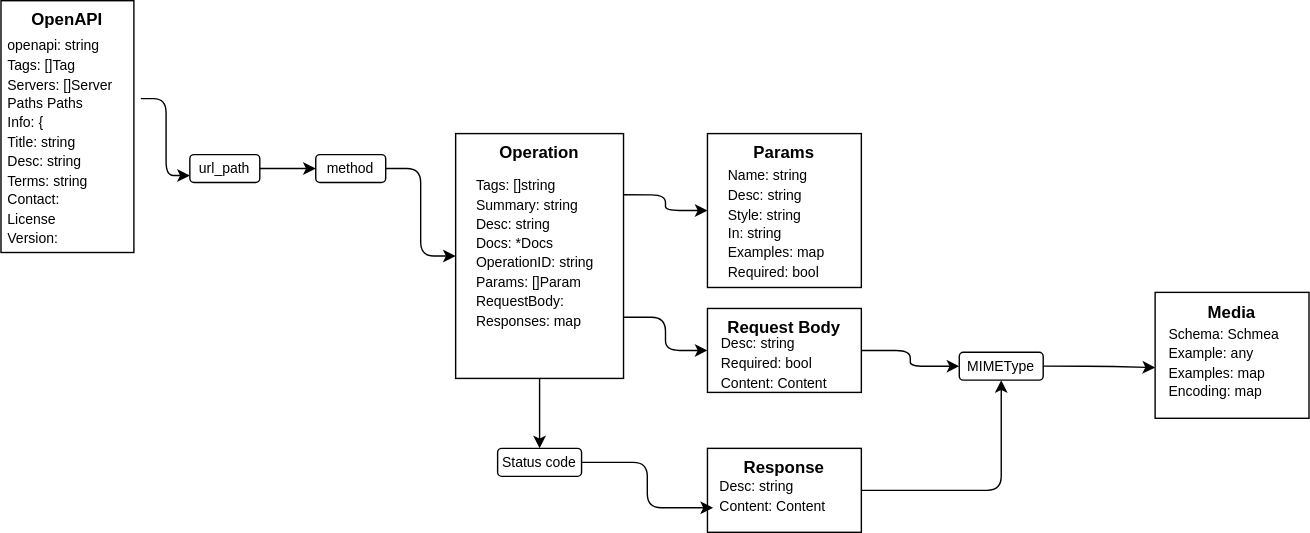
The draw.io diagram docs/chart.drawio.svg in hydronica/go-openapi, before a commit. Source tidied: cells renumbered, new cells last; positions are measured from the earlier drawing's top-left corner, leaving out a move shared by most shapes.
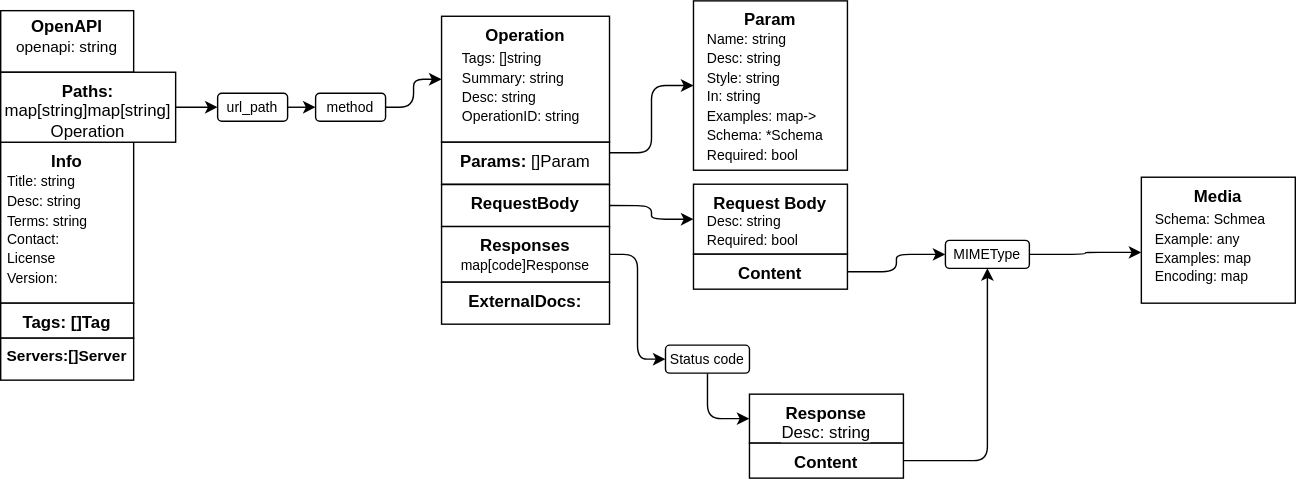
The same diagram one commit later.

Change to the diagram source:
```diff
@@ -2,88 +2,118 @@
   <root>
     <mxCell id="0" />
     <mxCell id="1" parent="0" />
-    <mxCell id="2" value="OpenAPI" style="rounded=0;whiteSpace=wrap;html=1;verticalAlign=top;fontStyle=1;" parent="1" vertex="1">
-      <mxGeometry width="95" height="180" as="geometry" />
+    <mxCell id="2" value="OpenAPI&lt;br&gt;&lt;span style=&quot;font-weight: normal;&quot;&gt;&lt;font style=&quot;font-size: 11px;&quot;&gt;openapi: string&lt;/font&gt;&lt;/span&gt;" style="rounded=0;verticalAlign=top;fontStyle=1;spacing=0;whiteSpace=wrap;fontColor=default;labelPosition=center;verticalLabelPosition=middle;align=center;html=1;" parent="1" vertex="1">
+      <mxGeometry y="-4" width="95" height="44" as="geometry" />
     </mxCell>
-    <mxCell id="3" style="edgeStyle=orthogonalEdgeStyle;html=1;exitX=0.5;exitY=1;exitDx=0;exitDy=0;entryX=0.5;entryY=0;entryDx=0;entryDy=0;fontSize=12;fontColor=#000000;" parent="1" edge="1" source="6" target="24">
-      <mxGeometry relative="1" as="geometry" />
-    </mxCell>
-    <mxCell id="4" style="edgeStyle=orthogonalEdgeStyle;html=1;exitX=1;exitY=0.25;exitDx=0;exitDy=0;fontSize=12;fontColor=#000000;" parent="1" edge="1" source="6" target="8">
+    <mxCell id="4" style="edgeStyle=orthogonalEdgeStyle;html=1;exitX=1;exitY=0.25;exitDx=0;exitDy=0;fontSize=12;fontColor=#000000;entryX=0;entryY=0.5;entryDx=0;entryDy=0;" parent="1" edge="1" source="37" target="8">
       <mxGeometry relative="1" as="geometry" />
     </mxCell>
-    <mxCell id="5" style="edgeStyle=orthogonalEdgeStyle;html=1;exitX=1;exitY=0.75;exitDx=0;exitDy=0;entryX=0;entryY=0.5;entryDx=0;entryDy=0;fontSize=12;fontColor=#000000;" parent="1" edge="1" source="6" target="9">
+    <mxCell id="5" style="edgeStyle=orthogonalEdgeStyle;html=1;exitX=1;exitY=0.5;exitDx=0;exitDy=0;entryX=0;entryY=0.5;entryDx=0;entryDy=0;fontSize=12;fontColor=#000000;" parent="1" edge="1" source="38" target="9">
       <mxGeometry relative="1" as="geometry" />
     </mxCell>
     <mxCell id="6" value="Operation" style="whiteSpace=wrap;html=1;rounded=0;verticalAlign=top;fontStyle=1;" parent="1" vertex="1">
-      <mxGeometry x="325" y="95" width="120" height="175" as="geometry" />
+      <mxGeometry x="315" width="120" height="90" as="geometry" />
     </mxCell>
-    <mxCell id="7" value="&lt;p style=&quot;line-height: 15%;&quot;&gt;&lt;font style=&quot;font-weight: normal; font-size: 10px;&quot;&gt;Tags: []string&lt;/font&gt;&lt;/p&gt;&lt;p style=&quot;line-height: 15%;&quot;&gt;&lt;span style=&quot;font-size: 10px;&quot;&gt;Summary: string&lt;/span&gt;&lt;/p&gt;&lt;p style=&quot;line-height: 15%;&quot;&gt;&lt;span style=&quot;font-size: 10px;&quot;&gt;Desc: string&amp;nbsp;&lt;/span&gt;&lt;/p&gt;&lt;p style=&quot;line-height: 15%;&quot;&gt;&lt;span style=&quot;font-size: 10px;&quot;&gt;Docs: *Docs&amp;nbsp;&lt;/span&gt;&lt;/p&gt;&lt;p style=&quot;line-height: 15%;&quot;&gt;&lt;span style=&quot;font-size: 10px;&quot;&gt;OperationID: string&amp;nbsp;&lt;/span&gt;&lt;/p&gt;&lt;p style=&quot;line-height: 15%;&quot;&gt;&lt;span style=&quot;font-size: 10px;&quot;&gt;Params: []Param&lt;/span&gt;&lt;/p&gt;&lt;p style=&quot;line-height: 15%;&quot;&gt;&lt;span style=&quot;font-size: 10px;&quot;&gt;RequestBody:&amp;nbsp;&lt;/span&gt;&lt;/p&gt;&lt;p style=&quot;line-height: 15%;&quot;&gt;&lt;span style=&quot;font-size: 10px;&quot;&gt;Responses: map&lt;/span&gt;&lt;/p&gt;" style="text;html=1;strokeColor=none;fillColor=none;spacing=5;spacingTop=-20;whiteSpace=wrap;overflow=hidden;rounded=0;" parent="1" vertex="1">
-      <mxGeometry x="335" y="130" width="100" height="120" as="geometry" />
+    <mxCell id="7" value="&lt;p style=&quot;line-height: 15%;&quot;&gt;&lt;font style=&quot;font-weight: normal; font-size: 10px;&quot;&gt;Tags: []string&lt;/font&gt;&lt;/p&gt;&lt;p style=&quot;line-height: 15%;&quot;&gt;&lt;span style=&quot;font-size: 10px;&quot;&gt;Summary: string&lt;/span&gt;&lt;/p&gt;&lt;p style=&quot;line-height: 15%;&quot;&gt;&lt;span style=&quot;font-size: 10px;&quot;&gt;Desc: string&amp;nbsp;&lt;/span&gt;&lt;/p&gt;&lt;p style=&quot;line-height: 15%;&quot;&gt;&lt;span style=&quot;font-size: 10px; background-color: initial;&quot;&gt;OperationID: string&amp;nbsp;&lt;/span&gt;&lt;br&gt;&lt;/p&gt;&lt;p style=&quot;line-height: 15%;&quot;&gt;&lt;br&gt;&lt;/p&gt;" style="text;html=1;strokeColor=none;fillColor=none;spacing=5;spacingTop=-20;whiteSpace=wrap;overflow=hidden;rounded=0;" parent="1" vertex="1">
+      <mxGeometry x="325" y="28" width="100" height="55" as="geometry" />
     </mxCell>
-    <mxCell id="8" value="Params" style="whiteSpace=wrap;html=1;labelBackgroundColor=#FFFFFF;fontSize=12;fontColor=#000000;verticalAlign=top;fontStyle=1;" parent="1" vertex="1">
-      <mxGeometry x="505" y="95" width="110" height="110" as="geometry" />
-    </mxCell>
     <mxCell id="9" value="Request Body" style="whiteSpace=wrap;html=1;labelBackgroundColor=#FFFFFF;fontSize=12;fontColor=#000000;align=center;verticalAlign=top;fontStyle=1;" parent="1" vertex="1">
-      <mxGeometry x="505" y="220" width="110" height="60" as="geometry" />
+      <mxGeometry x="495" y="120" width="110" height="50" as="geometry" />
     </mxCell>
-    <mxCell id="10" style="edgeStyle=orthogonalEdgeStyle;html=1;exitX=1;exitY=0.25;exitDx=0;exitDy=0;entryX=0;entryY=0.75;entryDx=0;entryDy=0;fontSize=10;fontColor=#000000;" parent="1" edge="1" source="11" target="13">
-      <mxGeometry relative="1" as="geometry">
-        <Array as="points">
-          <mxPoint x="118" y="70" />
-          <mxPoint x="118" y="125" />
-        </Array>
-      </mxGeometry>
-    </mxCell>
-    <mxCell id="11" value="&lt;p style=&quot;line-height: 15%;&quot;&gt;&lt;span style=&quot;font-size: 10px;&quot;&gt;openapi: string&lt;/span&gt;&lt;/p&gt;&lt;p style=&quot;line-height: 15%;&quot;&gt;&lt;span style=&quot;font-size: 10px;&quot;&gt;Tags: []Tag&lt;/span&gt;&lt;/p&gt;&lt;p style=&quot;line-height: 15%;&quot;&gt;&lt;span style=&quot;font-size: 10px;&quot;&gt;Servers: []Server&lt;/span&gt;&lt;/p&gt;&lt;p style=&quot;line-height: 15%;&quot;&gt;&lt;span style=&quot;font-size: 10px;&quot;&gt;Paths Paths&lt;/span&gt;&lt;/p&gt;&lt;p style=&quot;line-height: 15%;&quot;&gt;&lt;span style=&quot;font-size: 10px;&quot;&gt;Info: {&lt;/span&gt;&lt;/p&gt;&lt;p style=&quot;line-height: 15%;&quot;&gt;&lt;span style=&quot;font-size: 10px;&quot;&gt;Title: string&amp;nbsp;&lt;/span&gt;&lt;/p&gt;&lt;p style=&quot;line-height: 15%;&quot;&gt;&lt;span style=&quot;font-size: 10px;&quot;&gt;Desc: string&amp;nbsp;&lt;/span&gt;&lt;/p&gt;&lt;p style=&quot;line-height: 15%;&quot;&gt;&lt;span style=&quot;font-size: 10px;&quot;&gt;Terms: string&amp;nbsp;&lt;/span&gt;&lt;/p&gt;&lt;p style=&quot;line-height: 15%;&quot;&gt;&lt;span style=&quot;font-size: 10px;&quot;&gt;Contact:&amp;nbsp;&lt;/span&gt;&lt;/p&gt;&lt;p style=&quot;line-height: 15%;&quot;&gt;&lt;span style=&quot;font-size: 10px;&quot;&gt;License&lt;/span&gt;&lt;/p&gt;&lt;p style=&quot;line-height: 15%;&quot;&gt;&lt;span style=&quot;font-size: 10px;&quot;&gt;Version:&lt;/span&gt;&lt;/p&gt;" style="text;html=1;strokeColor=none;fillColor=none;spacing=5;spacingTop=-20;whiteSpace=wrap;overflow=hidden;rounded=0;" parent="1" vertex="1">
-      <mxGeometry y="30" width="100" height="160" as="geometry" />
-    </mxCell>
     <mxCell id="12" style="edgeStyle=orthogonalEdgeStyle;html=1;exitX=1;exitY=0.5;exitDx=0;exitDy=0;entryX=0;entryY=0.5;entryDx=0;entryDy=0;fontSize=10;fontColor=#000000;" parent="1" edge="1" source="13" target="15">
       <mxGeometry relative="1" as="geometry" />
     </mxCell>
     <mxCell id="13" value="url_path" style="whiteSpace=wrap;html=1;labelBackgroundColor=#FFFFFF;fontSize=10;fontColor=#000000;rounded=1;" parent="1" vertex="1">
-      <mxGeometry x="135" y="110" width="50" height="20" as="geometry" />
+      <mxGeometry x="155" y="55" width="50" height="20" as="geometry" />
     </mxCell>
     <mxCell id="14" style="edgeStyle=orthogonalEdgeStyle;html=1;exitX=1;exitY=0.5;exitDx=0;exitDy=0;fontSize=10;fontColor=#000000;" parent="1" edge="1" source="15" target="6">
       <mxGeometry relative="1" as="geometry" />
     </mxCell>
     <mxCell id="15" value="method" style="whiteSpace=wrap;html=1;labelBackgroundColor=#FFFFFF;fontSize=10;fontColor=#000000;rounded=1;" parent="1" vertex="1">
-      <mxGeometry x="225" y="110" width="50" height="20" as="geometry" />
+      <mxGeometry x="225" y="55" width="50" height="20" as="geometry" />
     </mxCell>
-    <mxCell id="16" value="&lt;p style=&quot;line-height: 15%;&quot;&gt;&lt;span style=&quot;font-size: 10px;&quot;&gt;Name: string&lt;/span&gt;&lt;/p&gt;&lt;p style=&quot;line-height: 15%;&quot;&gt;&lt;span style=&quot;font-size: 10px;&quot;&gt;Desc: string&lt;/span&gt;&lt;/p&gt;&lt;p style=&quot;line-height: 15%;&quot;&gt;&lt;span style=&quot;font-size: 10px;&quot;&gt;Style: string&lt;/span&gt;&lt;/p&gt;&lt;p style=&quot;line-height: 15%;&quot;&gt;&lt;span style=&quot;font-size: 10px;&quot;&gt;In: string&lt;/span&gt;&lt;/p&gt;&lt;p style=&quot;line-height: 15%;&quot;&gt;&lt;span style=&quot;font-size: 10px;&quot;&gt;Examples: map&lt;/span&gt;&lt;/p&gt;&lt;p style=&quot;line-height: 15%;&quot;&gt;&lt;span style=&quot;font-size: 10px;&quot;&gt;Required: bool&lt;/span&gt;&lt;/p&gt;" style="text;html=1;strokeColor=none;fillColor=none;spacing=5;spacingTop=-20;whiteSpace=wrap;overflow=hidden;rounded=0;" parent="1" vertex="1">
-      <mxGeometry x="515" y="122.5" width="100" height="77.5" as="geometry" />
-    </mxCell>
-    <mxCell id="17" style="edgeStyle=orthogonalEdgeStyle;html=1;exitX=1;exitY=0.5;exitDx=0;exitDy=0;entryX=0;entryY=0.5;entryDx=0;entryDy=0;fontSize=12;fontColor=#000000;" parent="1" edge="1" source="9" target="27">
+    <mxCell id="17" style="edgeStyle=orthogonalEdgeStyle;html=1;exitX=1;exitY=0.5;exitDx=0;exitDy=0;entryX=0;entryY=0.5;entryDx=0;entryDy=0;fontSize=12;fontColor=#000000;" parent="1" edge="1" source="42" target="27">
       <mxGeometry relative="1" as="geometry" />
     </mxCell>
-    <mxCell id="18" value="&lt;p style=&quot;line-height: 15%;&quot;&gt;&lt;span style=&quot;font-size: 10px; background-color: initial;&quot;&gt;Desc: string&lt;/span&gt;&lt;/p&gt;&lt;p style=&quot;line-height: 15%;&quot;&gt;&lt;span style=&quot;font-size: 10px; background-color: initial;&quot;&gt;Required: bool&lt;/span&gt;&lt;br&gt;&lt;/p&gt;&lt;p style=&quot;line-height: 15%;&quot;&gt;&lt;span style=&quot;font-size: 10px; background-color: initial;&quot;&gt;Content: Content&lt;/span&gt;&lt;/p&gt;" style="text;html=1;strokeColor=none;fillColor=none;spacing=5;spacingTop=-20;whiteSpace=wrap;overflow=hidden;rounded=0;" parent="1" vertex="1">
-      <mxGeometry x="510" y="242.5" width="100" height="37.5" as="geometry" />
+    <mxCell id="18" value="&lt;p style=&quot;line-height: 15%;&quot;&gt;&lt;span style=&quot;font-size: 10px; background-color: initial;&quot;&gt;Desc: string&lt;/span&gt;&lt;/p&gt;&lt;p style=&quot;line-height: 15%;&quot;&gt;&lt;span style=&quot;font-size: 10px; background-color: initial;&quot;&gt;Required: bool&lt;/span&gt;&lt;/p&gt;" style="text;html=1;strokeColor=none;fillColor=none;spacing=5;spacingTop=-20;whiteSpace=wrap;overflow=hidden;rounded=0;" parent="1" vertex="1">
+      <mxGeometry x="500" y="143.5" width="100" height="22.5" as="geometry" />
     </mxCell>
     <mxCell id="19" value="Media" style="whiteSpace=wrap;html=1;labelBackgroundColor=#FFFFFF;fontSize=12;fontColor=#000000;verticalAlign=top;fontStyle=1;" parent="1" vertex="1">
-      <mxGeometry x="825" y="208.5" width="110" height="90" as="geometry" />
+      <mxGeometry x="815" y="115" width="110" height="90" as="geometry" />
     </mxCell>
     <mxCell id="20" value="&lt;p style=&quot;line-height: 15%;&quot;&gt;&lt;span style=&quot;font-size: 10px;&quot;&gt;Schema: Schmea&amp;nbsp;&lt;/span&gt;&lt;/p&gt;&lt;p style=&quot;line-height: 15%;&quot;&gt;&lt;span style=&quot;font-size: 10px;&quot;&gt;Example: any&lt;/span&gt;&lt;/p&gt;&lt;p style=&quot;line-height: 15%;&quot;&gt;&lt;span style=&quot;font-size: 10px;&quot;&gt;Examples: map&lt;/span&gt;&lt;/p&gt;&lt;p style=&quot;line-height: 15%;&quot;&gt;&lt;span style=&quot;font-size: 10px;&quot;&gt;Encoding: map&lt;/span&gt;&lt;/p&gt;" style="text;html=1;strokeColor=none;fillColor=none;spacing=5;spacingTop=-20;whiteSpace=wrap;overflow=hidden;rounded=0;" parent="1" vertex="1">
-      <mxGeometry x="830" y="236.2" width="100" height="50" as="geometry" />
+      <mxGeometry x="820" y="142.8" width="100" height="50" as="geometry" />
     </mxCell>
-    <mxCell id="21" style="edgeStyle=orthogonalEdgeStyle;html=1;exitX=1;exitY=0.5;exitDx=0;exitDy=0;fontSize=12;fontColor=#000000;entryX=0.5;entryY=1;entryDx=0;entryDy=0;" parent="1" edge="1" source="22" target="27">
-      <mxGeometry relative="1" as="geometry" />
-    </mxCell>
-    <mxCell id="22" value="Response" style="whiteSpace=wrap;html=1;labelBackgroundColor=#FFFFFF;fontSize=12;fontColor=#000000;verticalAlign=top;fontStyle=1;" parent="1" vertex="1">
-      <mxGeometry x="505" y="320" width="110" height="60" as="geometry" />
+    <mxCell id="22" value="Response&lt;span style=&quot;font-weight: normal;&quot;&gt;&lt;br&gt;Desc: string&lt;/span&gt;" style="whiteSpace=wrap;html=1;labelBackgroundColor=#FFFFFF;fontSize=12;fontColor=#000000;verticalAlign=top;fontStyle=1;" parent="1" vertex="1">
+      <mxGeometry x="535" y="270" width="110" height="35" as="geometry" />
     </mxCell>
-    <mxCell id="23" style="edgeStyle=orthogonalEdgeStyle;html=1;exitX=1;exitY=0.5;exitDx=0;exitDy=0;entryX=0;entryY=0.5;entryDx=0;entryDy=0;fontSize=12;fontColor=#000000;" parent="1" edge="1" source="24" target="25">
-      <mxGeometry relative="1" as="geometry" />
-    </mxCell>
+    <mxCell id="28" style="edgeStyle=orthogonalEdgeStyle;html=1;exitX=0.5;exitY=1;exitDx=0;exitDy=0;entryX=0;entryY=0.5;entryDx=0;entryDy=0;fontSize=10;fontColor=default;" parent="1" edge="1" source="24" target="22">
+      <mxGeometry relative="1" as="geometry" />
+    </mxCell>
     <mxCell id="24" value="Status code" style="whiteSpace=wrap;html=1;labelBackgroundColor=#FFFFFF;fontSize=10;fontColor=#000000;rounded=1;" parent="1" vertex="1">
-      <mxGeometry x="355" y="320" width="60" height="20" as="geometry" />
+      <mxGeometry x="475" y="235" width="60" height="20" as="geometry" />
     </mxCell>
-    <mxCell id="25" value="&lt;p style=&quot;line-height: 15%;&quot;&gt;&lt;span style=&quot;font-size: 10px;&quot;&gt;Desc: string&amp;nbsp;&lt;/span&gt;&lt;/p&gt;&lt;p style=&quot;line-height: 15%;&quot;&gt;&lt;span style=&quot;font-size: 10px;&quot;&gt;Content: Content&lt;/span&gt;&lt;/p&gt;" style="text;html=1;strokeColor=none;fillColor=none;spacing=5;spacingTop=-20;whiteSpace=wrap;overflow=hidden;rounded=0;" parent="1" vertex="1">
-      <mxGeometry x="509" y="345" width="100" height="35" as="geometry" />
-    </mxCell>
     <mxCell id="26" style="edgeStyle=orthogonalEdgeStyle;html=1;exitX=1;exitY=0.5;exitDx=0;exitDy=0;entryX=0;entryY=0.597;entryDx=0;entryDy=0;fontSize=12;fontColor=#000000;entryPerimeter=0;" parent="1" edge="1" source="27" target="19">
       <mxGeometry relative="1" as="geometry" />
     </mxCell>
     <mxCell id="27" value="MIMEType" style="whiteSpace=wrap;html=1;labelBackgroundColor=#FFFFFF;fontSize=10;fontColor=#000000;rounded=1;" parent="1" vertex="1">
-      <mxGeometry x="685" y="251.2" width="60" height="20" as="geometry" />
+      <mxGeometry x="675" y="160.1" width="60" height="20" as="geometry" />
     </mxCell>
+    <mxCell id="29" style="group;" parent="1" vertex="1">
+      <mxGeometry y="90" width="100" height="115" as="geometry" />
+    </mxCell>
+    <mxCell id="30" value="Info" style="rounded=0;whiteSpace=wrap;html=1;verticalAlign=top;fontStyle=1;" parent="29" vertex="1">
+      <mxGeometry width="95" height="115" as="geometry" />
+    </mxCell>
+    <mxCell id="31" value="&lt;p style=&quot;border-color: var(--border-color); line-height: 1.8px;&quot;&gt;&lt;span style=&quot;font-size: 10px; background-color: initial;&quot;&gt;Title: string&amp;nbsp;&lt;/span&gt;&lt;br&gt;&lt;/p&gt;&lt;p style=&quot;border-color: var(--border-color); line-height: 1.8px;&quot;&gt;&lt;span style=&quot;border-color: var(--border-color); font-size: 10px;&quot;&gt;Desc: string&amp;nbsp;&lt;/span&gt;&lt;/p&gt;&lt;p style=&quot;border-color: var(--border-color); line-height: 1.8px;&quot;&gt;&lt;span style=&quot;border-color: var(--border-color); font-size: 10px;&quot;&gt;Terms: string&amp;nbsp;&lt;/span&gt;&lt;/p&gt;&lt;p style=&quot;border-color: var(--border-color); line-height: 1.8px;&quot;&gt;&lt;span style=&quot;border-color: var(--border-color); font-size: 10px;&quot;&gt;Contact:&amp;nbsp;&lt;/span&gt;&lt;/p&gt;&lt;p style=&quot;border-color: var(--border-color); line-height: 1.8px;&quot;&gt;&lt;span style=&quot;border-color: var(--border-color); font-size: 10px;&quot;&gt;License&lt;/span&gt;&lt;/p&gt;&lt;p style=&quot;border-color: var(--border-color); line-height: 1.8px;&quot;&gt;&lt;span style=&quot;border-color: var(--border-color); font-size: 10px;&quot;&gt;Version:&lt;/span&gt;&lt;/p&gt;" style="text;html=1;strokeColor=none;fillColor=none;spacing=5;spacingTop=-20;whiteSpace=wrap;overflow=hidden;rounded=0;" parent="29" vertex="1">
+      <mxGeometry y="26.2" width="100" height="78.8" as="geometry" />
+    </mxCell>
+    <mxCell id="32" style="edgeStyle=orthogonalEdgeStyle;html=1;exitX=1;exitY=0.5;exitDx=0;exitDy=0;entryX=0;entryY=0.5;entryDx=0;entryDy=0;" parent="1" edge="1" source="33" target="13">
+      <mxGeometry relative="1" as="geometry" />
+    </mxCell>
+    <mxCell id="33" value="Paths: &lt;br&gt;&lt;span style=&quot;font-weight: normal;&quot;&gt;map[string]map[string]&lt;br&gt;Operation&lt;/span&gt;" style="rounded=0;whiteSpace=wrap;html=1;verticalAlign=top;fontStyle=1;" parent="1" vertex="1">
+      <mxGeometry y="40" width="125" height="50" as="geometry" />
+    </mxCell>
+    <mxCell id="34" style="group;" parent="1" vertex="1">
+      <mxGeometry x="495" y="-11" width="110" height="121" as="geometry" />
+    </mxCell>
+    <mxCell id="8" value="Param" style="whiteSpace=wrap;html=1;labelBackgroundColor=#FFFFFF;fontSize=12;fontColor=#000000;verticalAlign=top;fontStyle=1;" parent="34" vertex="1">
+      <mxGeometry width="110" height="121" as="geometry" />
+    </mxCell>
+    <mxCell id="16" value="&lt;p style=&quot;line-height: 15%;&quot;&gt;&lt;span style=&quot;font-size: 10px;&quot;&gt;Name: string&lt;/span&gt;&lt;/p&gt;&lt;p style=&quot;line-height: 15%;&quot;&gt;&lt;span style=&quot;font-size: 10px;&quot;&gt;Desc: string&lt;/span&gt;&lt;/p&gt;&lt;p style=&quot;line-height: 15%;&quot;&gt;&lt;span style=&quot;font-size: 10px;&quot;&gt;Style: string&lt;/span&gt;&lt;/p&gt;&lt;p style=&quot;line-height: 15%;&quot;&gt;&lt;span style=&quot;font-size: 10px;&quot;&gt;In: string&lt;/span&gt;&lt;/p&gt;&lt;p style=&quot;line-height: 15%;&quot;&gt;&lt;span style=&quot;font-size: 10px;&quot;&gt;Examples: map-&amp;gt;&lt;/span&gt;&lt;/p&gt;&lt;p style=&quot;line-height: 15%;&quot;&gt;&lt;span style=&quot;font-size: 10px;&quot;&gt;Schema: *Schema&lt;/span&gt;&lt;/p&gt;&lt;p style=&quot;line-height: 15%;&quot;&gt;&lt;span style=&quot;font-size: 10px;&quot;&gt;Required: bool&lt;/span&gt;&lt;/p&gt;" style="text;html=1;strokeColor=none;fillColor=none;spacing=5;spacingTop=-20;whiteSpace=wrap;overflow=hidden;rounded=0;" parent="34" vertex="1">
+      <mxGeometry x="5" y="25.3" width="100" height="94.7" as="geometry" />
+    </mxCell>
+    <mxCell id="35" value="Tags: []Tag" style="rounded=0;whiteSpace=wrap;html=1;verticalAlign=top;fontStyle=1;" parent="1" vertex="1">
+      <mxGeometry y="205" width="95" height="25" as="geometry" />
+    </mxCell>
+    <mxCell id="36" value="Servers:[]Server" style="rounded=0;whiteSpace=wrap;html=1;verticalAlign=top;fontStyle=1;fontSize=11;" parent="1" vertex="1">
+      <mxGeometry y="230" width="95" height="30" as="geometry" />
+    </mxCell>
+    <mxCell id="37" value="Params: &lt;span style=&quot;font-weight: normal;&quot;&gt;[]Param&lt;/span&gt;" style="whiteSpace=wrap;html=1;rounded=0;verticalAlign=top;fontStyle=1;" parent="1" vertex="1">
+      <mxGeometry x="315" y="90" width="120" height="30" as="geometry" />
+    </mxCell>
+    <mxCell id="38" value="RequestBody" style="whiteSpace=wrap;html=1;rounded=0;verticalAlign=top;fontStyle=1;" parent="1" vertex="1">
+      <mxGeometry x="315" y="120.2" width="120" height="30" as="geometry" />
+    </mxCell>
+    <mxCell id="39" style="edgeStyle=orthogonalEdgeStyle;html=1;exitX=1;exitY=0.5;exitDx=0;exitDy=0;entryX=0;entryY=0.5;entryDx=0;entryDy=0;fontSize=10;fontColor=default;" parent="1" edge="1" source="40" target="24">
+      <mxGeometry relative="1" as="geometry" />
+    </mxCell>
+    <mxCell id="40" value="Responses&lt;br&gt;&lt;span style=&quot;font-weight: normal;&quot;&gt;&lt;font style=&quot;font-size: 10px;&quot;&gt;map[code]Response&lt;/font&gt;&lt;/span&gt;" style="whiteSpace=wrap;html=1;rounded=0;verticalAlign=top;fontStyle=1;" parent="1" vertex="1">
+      <mxGeometry x="315" y="150.2" width="120" height="39.8" as="geometry" />
+    </mxCell>
+    <mxCell id="41" value="ExternalDocs:&amp;nbsp;" style="whiteSpace=wrap;html=1;rounded=0;verticalAlign=top;fontStyle=1;" parent="1" vertex="1">
+      <mxGeometry x="315" y="190" width="120" height="30" as="geometry" />
+    </mxCell>
+    <mxCell id="42" value="Content" style="whiteSpace=wrap;html=1;labelBackgroundColor=#FFFFFF;fontSize=12;fontColor=#000000;align=center;verticalAlign=top;fontStyle=1;" parent="1" vertex="1">
+      <mxGeometry x="495" y="170" width="110" height="25" as="geometry" />
+    </mxCell>
+    <mxCell id="43" style="edgeStyle=orthogonalEdgeStyle;html=1;exitX=1;exitY=0.5;exitDx=0;exitDy=0;fontSize=10;fontColor=default;" parent="1" edge="1" source="44">
+      <mxGeometry relative="1" as="geometry">
+        <mxPoint x="705" y="180" as="targetPoint" />
+      </mxGeometry>
+    </mxCell>
+    <mxCell id="44" value="Content" style="whiteSpace=wrap;html=1;labelBackgroundColor=#FFFFFF;fontSize=12;fontColor=#000000;align=center;verticalAlign=top;fontStyle=1;" parent="1" vertex="1">
+      <mxGeometry x="535" y="305" width="110" height="25" as="geometry" />
+    </mxCell>
   </root>
 </mxGraphModel>
```
